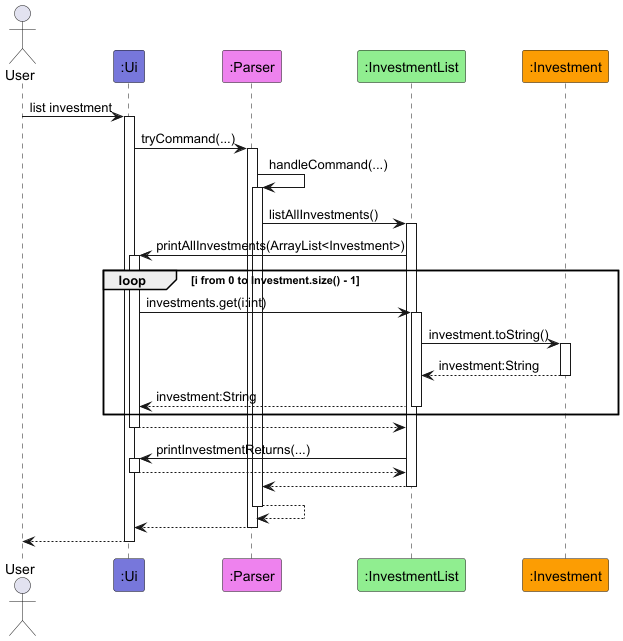
The PlantUML diagram docs/diagrams/investment/ListInvestmentSequenceDiagram.png in AY2526S1-CS2113-T10-1/tp, before a commit.
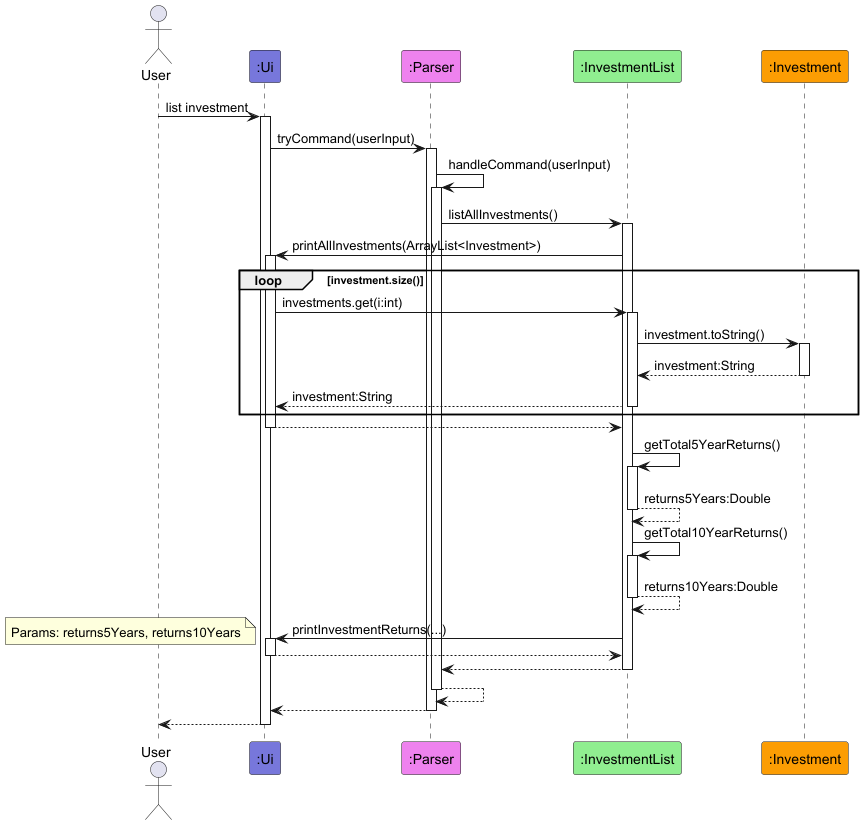
After the commit.

Commit message:
Modify UML Sequence Diagrams

What changed in the source:
```diff
@@ -1,5 +1,5 @@
 @startuml
-!include style.puml
+!include ../style.puml
 
 actor User
 
@@ -10,14 +10,14 @@
 
 User -> Ui ++: list investment
 
-Ui -> Parser ++: tryCommand(...)
+Ui -> Parser ++: tryCommand(userInput)
 
-Parser -> Parser ++: handleCommand(...)
+Parser -> Parser ++: handleCommand(userInput)
 
 Parser -> InvestmentList ++: listAllInvestments()
 
 InvestmentList -> Ui ++: printAllInvestments(ArrayList<Investment>)
-loop i from 0 to Investment.size() - 1
+loop investment.size()
     Ui -> InvestmentList ++: investments.get(i:int)
     InvestmentList -> Investment ++: investment.toString()
     return investment:String
@@ -25,7 +25,16 @@
     end
 return
 
+InvestmentList -> InvestmentList ++: getTotal5YearReturns()
+return returns5Years:Double
+InvestmentList -> InvestmentList ++: getTotal10YearReturns()
+return returns10Years:Double
+
 InvestmentList -> Ui ++: printInvestmentReturns(...)
+note left: Params: returns5Years, returns10Years
+
+
+
 return
 
 return
```
